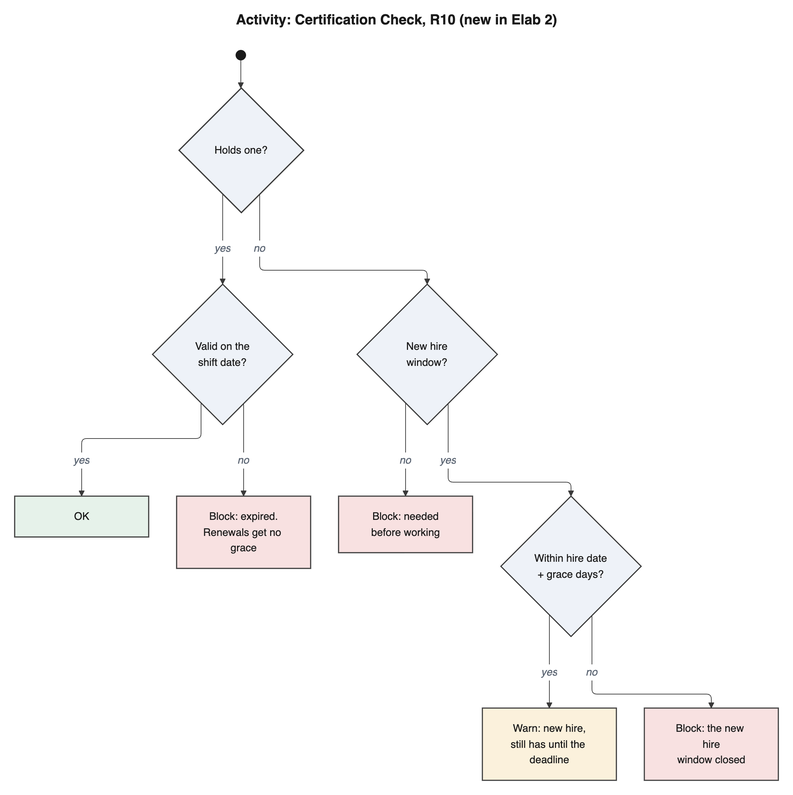
This is diagrams/images/behavior/activity_cert_check.png from perfettiful/ShiftChex, a Mermaid export, as it was before one commit. Its source is kept beside it as diagrams/mmd/behavior/activity_cert_check.mmd. Its diagram source:
```mermaid
---
title: "Activity: Certification Check, R10 (new in Elab 2)"
config:
  layout: elk
---
flowchart TB
    start@{ shape: sm-circ } --> D1{"Holds one?"}
    D1 -- yes --> D2{"Valid on the<br/>shift date?"}
    D2 -- yes --> OK["OK"]:::good
    D2 -- no --> B1["Block: expired.<br/>Renewals get no grace"]:::bad
    D1 -- no --> D3{"New hire<br/>window?"}
    D3 -- no --> B2["Block: needed<br/>before working"]:::bad
    D3 -- yes --> D4{"Within hire date<br/>+ grace days?"}
    D4 -- yes --> W1["Warn: new hire,<br/>still has until the deadline"]:::warn
    D4 -- no --> B3["Block: the new hire<br/>window closed"]:::bad

    classDef good fill:#e6f2ea,stroke:#3a3a3a
    classDef warn fill:#fbf1dc,stroke:#3a3a3a
    classDef bad fill:#f8e1e1,stroke:#3a3a3a
```
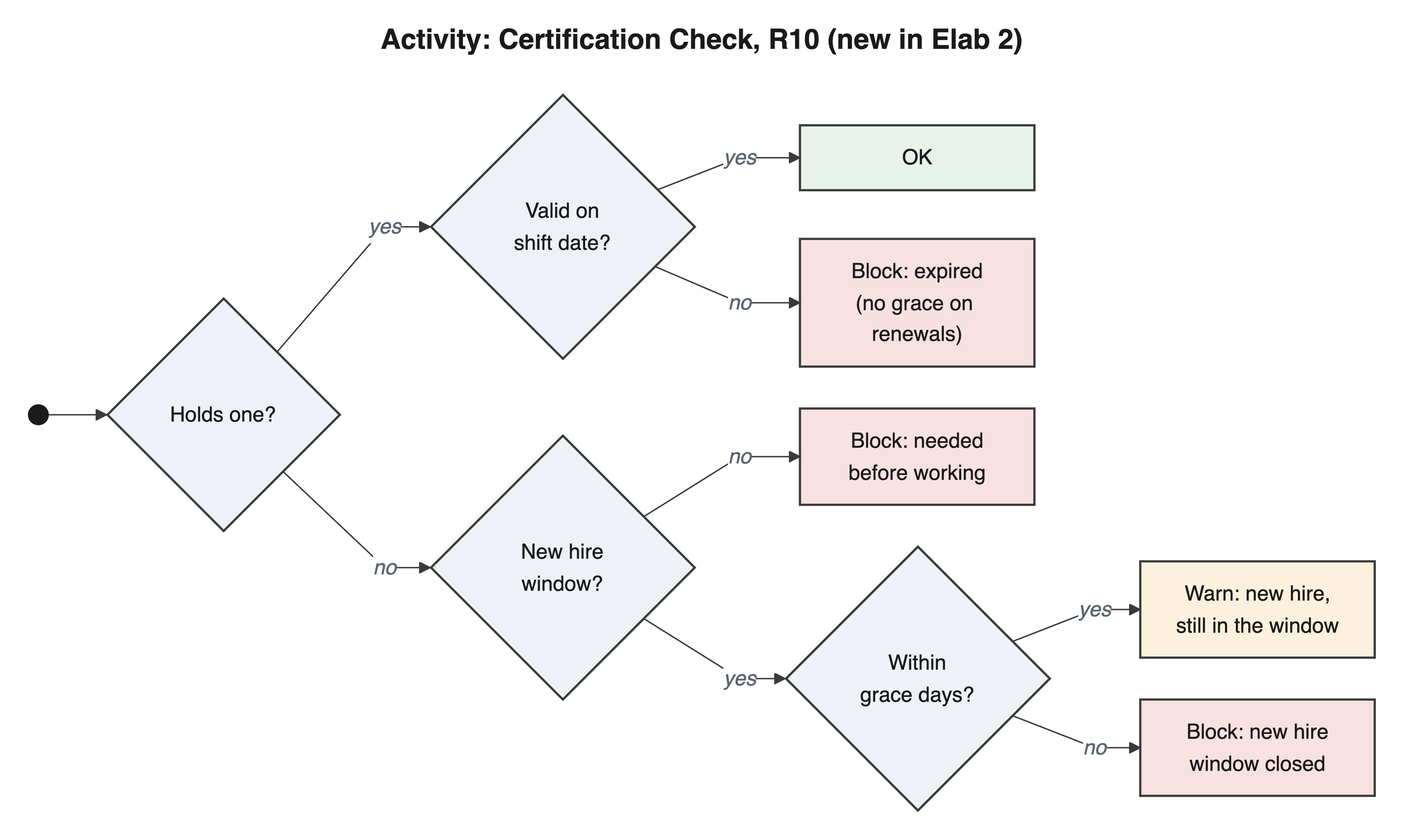
After the commit.

What changed in the source:
```diff
@@ -1,18 +1,18 @@
 ---
 title: "Activity: Certification Check, R10 (new in Elab 2)"
 config:
-  layout: elk
+  layout: dagre
 ---
-flowchart TB
+flowchart LR
     start@{ shape: sm-circ } --> D1{"Holds one?"}
-    D1 -- yes --> D2{"Valid on the<br/>shift date?"}
+    D1 -- yes --> D2{"Valid on<br/>shift date?"}
     D2 -- yes --> OK["OK"]:::good
-    D2 -- no --> B1["Block: expired.<br/>Renewals get no grace"]:::bad
+    D2 -- no --> B1["Block: expired<br/>(no grace on renewals)"]:::bad
     D1 -- no --> D3{"New hire<br/>window?"}
     D3 -- no --> B2["Block: needed<br/>before working"]:::bad
-    D3 -- yes --> D4{"Within hire date<br/>+ grace days?"}
-    D4 -- yes --> W1["Warn: new hire,<br/>still has until the deadline"]:::warn
-    D4 -- no --> B3["Block: the new hire<br/>window closed"]:::bad
+    D3 -- yes --> D4{"Within<br/>grace days?"}
+    D4 -- yes --> W1["Warn: new hire,<br/>still in the window"]:::warn
+    D4 -- no --> B3["Block: new hire<br/>window closed"]:::bad
 
     classDef good fill:#e6f2ea,stroke:#3a3a3a
     classDef warn fill:#fbf1dc,stroke:#3a3a3a
```
